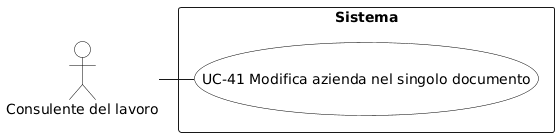
The PlantUML diagram RTB/Analisi dei Requisiti/diagrammi_use_case/UC-41.png in aLittleByte-19/Documentazione, before a commit.
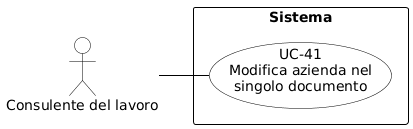
Later version of the same file.

The edit, as a diff of the source:
```diff
@@ -1,20 +1,29 @@
 @startuml
-skinparam backgroundColor white
+skinparam shadowing false
+skinparam defaultFontName Arial
+left to right direction
+skinparam nodesep 15
+skinparam ranksep 50
+
+skinparam usecase {
+    BackgroundColor white
+    BorderColor black
+    ArrowColor black
+}
 skinparam actor {
-  BackgroundColor white
-  BorderColor black
-  FontColor black
+    BackgroundColor white
+    BorderColor black
 }
-skinparam usecase {
-  BackgroundColor white
-  BorderColor black
-  FontColor black
+skinparam rectangle {
+    BorderColor black
+    FontStyle bold
 }
-actor "Consulente del lavoro" as C
+
+actor "Consulente del lavoro" as CL
 
 rectangle "Sistema" {
-  (UC-41 Modifica azienda nel singolo documento)
+    usecase "UC-41\nModifica azienda nel\nsingolo documento" as UC41
 }
 
-C - (UC-41 Modifica azienda nel singolo documento)
+CL -- UC41
 @enduml
```
